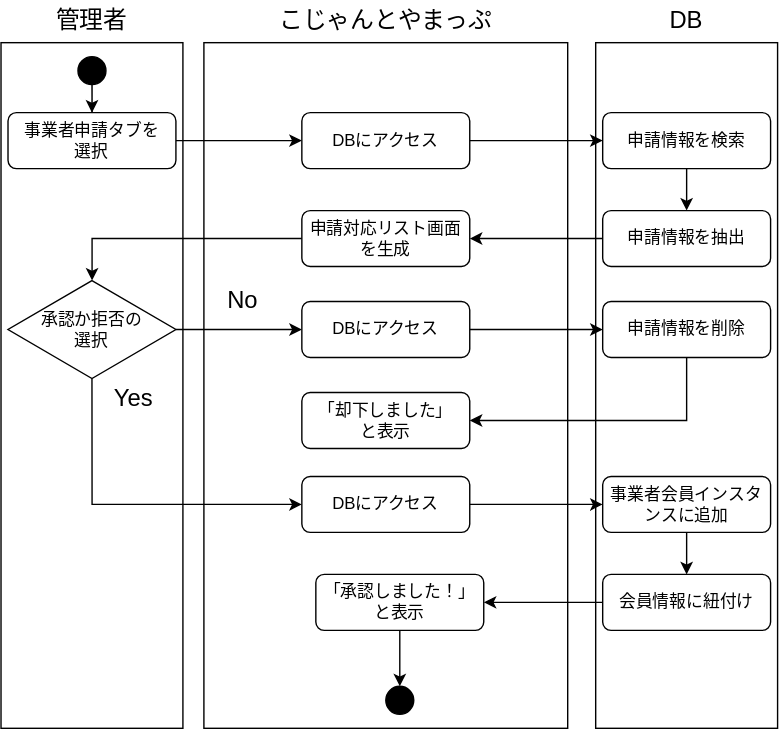
Above: figures/business_account.svg in KUT-Group12/external-design (draw.io), before the change. Source tidied: cells renumbered, new cells last; positions are measured from the earlier drawing's top-left corner, leaving out a move shared by most shapes.
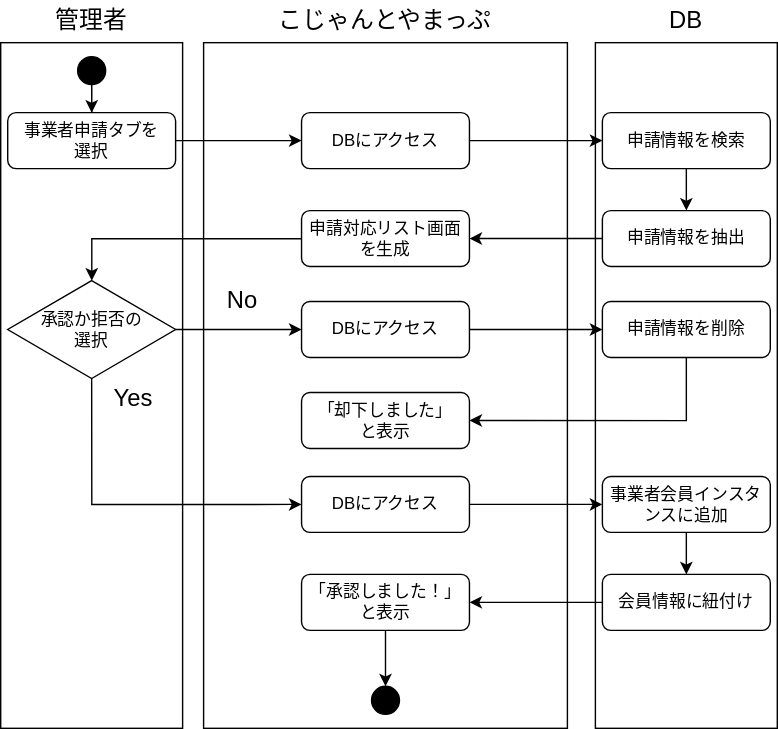
Later version of the same file.

The edit, as a diff of the source:
```diff
@@ -106,16 +106,19 @@
       <mxGeometry x="55" y="40" width="20" height="20" as="geometry" />
     </mxCell>
     <mxCell id="35" style="ellipse;whiteSpace=wrap;html=1;fillColor=#000000;" parent="1" vertex="1">
-      <mxGeometry x="275" y="490" width="20" height="20" as="geometry" />
+      <mxGeometry x="265" y="490" width="20" height="20" as="geometry" />
     </mxCell>
     <mxCell id="36" style="edgeStyle=orthogonalEdgeStyle;rounded=0;jettySize=auto;html=1;entryX=0.5;entryY=0;entryDx=0;entryDy=0;" parent="1" edge="1" source="37" target="35">
       <mxGeometry relative="1" as="geometry" />
     </mxCell>
     <mxCell id="37" value="「承認しました！」&lt;div&gt;と表示&lt;/div&gt;" style="rounded=1;whiteSpace=wrap;html=1;" parent="1" vertex="1">
-      <mxGeometry x="225" y="410" width="120" height="40" as="geometry" />
+      <mxGeometry x="215" y="410" width="120" height="40" as="geometry" />
     </mxCell>
     <mxCell id="38" value="「却下しました」&lt;div&gt;と表示&lt;/div&gt;" style="rounded=1;whiteSpace=wrap;html=1;" parent="1" vertex="1">
       <mxGeometry x="215" y="280" width="120" height="40" as="geometry" />
     </mxCell>
+    <mxCell id="39" style="edgeStyle=orthogonalEdgeStyle;rounded=0;orthogonalLoop=1;jettySize=auto;html=1;exitX=1;exitY=0;exitDx=0;exitDy=0;entryX=0.5;entryY=0;entryDx=0;entryDy=0;" parent="1" edge="1" source="35" target="35">
+      <mxGeometry relative="1" as="geometry" />
+    </mxCell>
   </root>
 </mxGraphModel>
```
